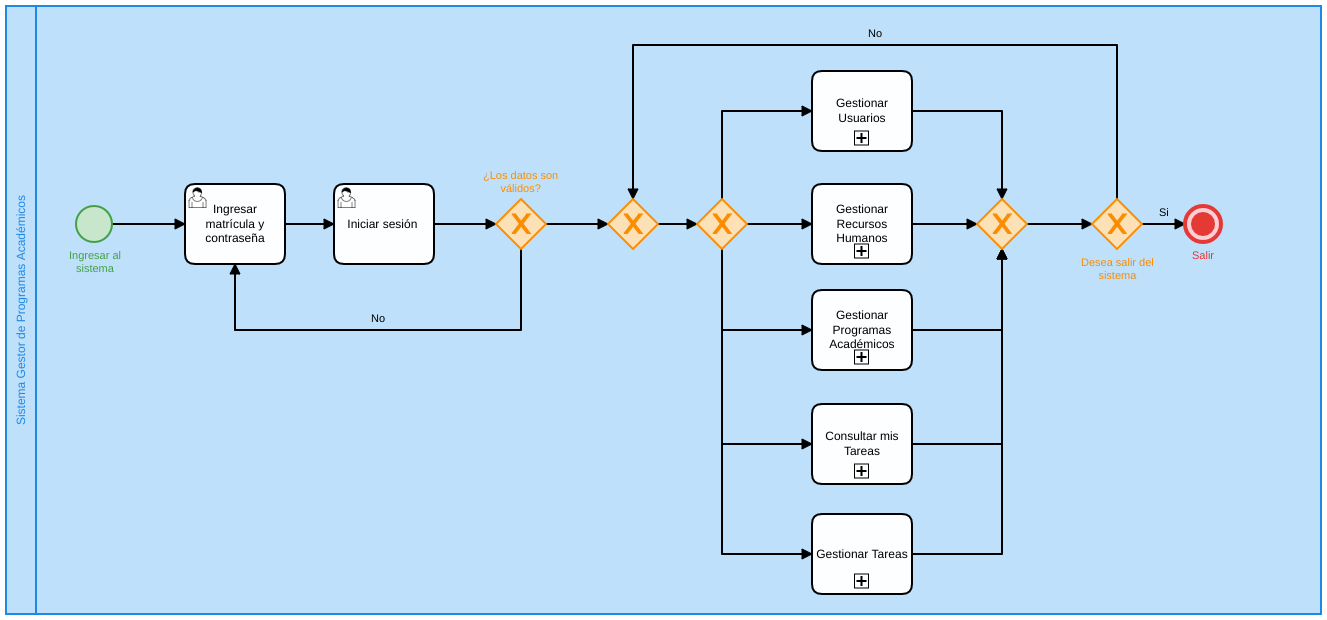
This is Manual de Usuario/Jefe de Innovación Educatva/images/SP1/ProcesoGeneral.png from SoftwareEngineerESCOM/IngSof, a BPMN export, as it was before one commit. Its source is kept beside it as Manual de Usuario/Jefe de Innovación Educatva/images/SP1/ProcesoGeneral.bpmn. Ids are renumbered.
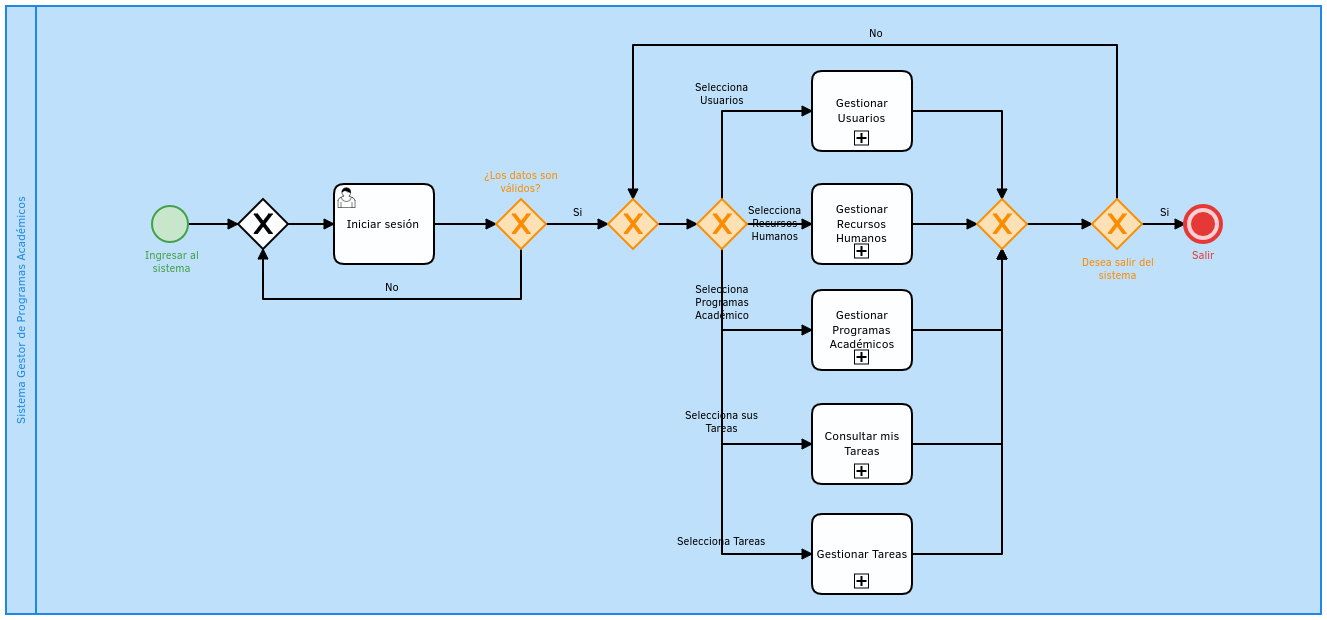
After the commit.

The edit, as a diff of the source:
```diff
@@ -1,4 +1,4 @@
-<bpmn:definitions xmlns:bpmn="http://www.omg.org/spec/BPMN/20100524/MODEL" xmlns:bpmndi="http://www.omg.org/spec/BPMN/20100524/DI" xmlns:di="http://www.omg.org/spec/DD/20100524/DI" xmlns:dc="http://www.omg.org/spec/DD/20100524/DC" xmlns:bioc="http://bpmn.io/schema/bpmn/biocolor/1.0" id="Definitions_n1" targetNamespace="http://bpmn.io/schema/bpmn" exporter="Camunda Modeler" exporterVersion="2.0.1">
+<bpmn:definitions xmlns:bpmn="http://www.omg.org/spec/BPMN/20100524/MODEL" xmlns:bpmndi="http://www.omg.org/spec/BPMN/20100524/DI" xmlns:di="http://www.omg.org/spec/DD/20100524/DI" xmlns:dc="http://www.omg.org/spec/DD/20100524/DC" xmlns:bioc="http://bpmn.io/schema/bpmn/biocolor/1.0" id="Definitions_n1" targetNamespace="http://bpmn.io/schema/bpmn" exporter="Camunda Modeler" exporterVersion="2.0.3">
   <bpmn:collaboration id="Collaboration_n2">
     <bpmn:participant id="Participant_n3" name="Sistema Gestor de Programas Académicos" processRef="Process_1" />
   </bpmn:collaboration>
@@ -6,13 +6,10 @@
     <bpmn:sequenceFlow id="SequenceFlow_n4" sourceRef="Task_n5" targetRef="ExclusiveGateway_n6" />
     <bpmn:sequenceFlow id="SequenceFlow_n7" sourceRef="Task_n8" targetRef="ExclusiveGateway_n6" />
     <bpmn:sequenceFlow id="SequenceFlow_n9" sourceRef="Task_n10" targetRef="ExclusiveGateway_n6" />
-    <bpmn:sequenceFlow id="SequenceFlow_n11" sourceRef="ExclusiveGateway_n12" targetRef="Task_n5" />
-    <bpmn:sequenceFlow id="SequenceFlow_n13" sourceRef="ExclusiveGateway_n12" targetRef="Task_n8" />
-    <bpmn:sequenceFlow id="SequenceFlow_n14" sourceRef="ExclusiveGateway_n12" targetRef="Task_n10" />
+    <bpmn:sequenceFlow id="SequenceFlow_n11" name="Selecciona Programas Académico" sourceRef="ExclusiveGateway_n12" targetRef="Task_n5" />
+    <bpmn:sequenceFlow id="SequenceFlow_n13" name="Selecciona Recursos Humanos" sourceRef="ExclusiveGateway_n12" targetRef="Task_n8" />
+    <bpmn:sequenceFlow id="SequenceFlow_n14" name="Selecciona Usuarios" sourceRef="ExclusiveGateway_n12" targetRef="Task_n10" />
     <bpmn:sequenceFlow id="SequenceFlow_n15" sourceRef="Task_n16" targetRef="ExclusiveGateway_n17" />
-    <bpmn:sequenceFlow id="SequenceFlow_n18" name="No" sourceRef="ExclusiveGateway_n17" targetRef="Task_n19" />
-    <bpmn:sequenceFlow id="SequenceFlow_n20" sourceRef="StartEvent_1" targetRef="Task_n19" />
-    <bpmn:sequenceFlow id="SequenceFlow_n21" sourceRef="Task_n19" targetRef="Task_n16" />
     <bpmn:subProcess id="Task_n5" name="Gestionar Programas Académicos">
       <bpmn:incoming>SequenceFlow_n11</bpmn:incoming>
       <bpmn:outgoing>SequenceFlow_n4</bpmn:outgoing>
@@ -33,24 +30,16 @@
       <bpmn:outgoing>SequenceFlow_n23</bpmn:outgoing>
       <bpmn:outgoing>SequenceFlow_n24</bpmn:outgoing>
     </bpmn:exclusiveGateway>
-    <bpmn:userTask id="Task_n19" name="Ingresar &#10;matrícula y contraseña">
-      <bpmn:incoming>SequenceFlow_n18</bpmn:incoming>
-      <bpmn:incoming>SequenceFlow_n20</bpmn:incoming>
-      <bpmn:outgoing>SequenceFlow_n21</bpmn:outgoing>
-    </bpmn:userTask>
     <bpmn:exclusiveGateway id="ExclusiveGateway_n17" name="¿Los datos son válidos?">
       <bpmn:incoming>SequenceFlow_n15</bpmn:incoming>
-      <bpmn:outgoing>SequenceFlow_n18</bpmn:outgoing>
       <bpmn:outgoing>SequenceFlow_n25</bpmn:outgoing>
+      <bpmn:outgoing>SequenceFlow_n36</bpmn:outgoing>
     </bpmn:exclusiveGateway>
     <bpmn:userTask id="Task_n16" name="Iniciar sesión ">
-      <bpmn:incoming>SequenceFlow_n21</bpmn:incoming>
+      <bpmn:incoming>SequenceFlow_n37</bpmn:incoming>
       <bpmn:outgoing>SequenceFlow_n15</bpmn:outgoing>
     </bpmn:userTask>
-    <bpmn:startEvent id="StartEvent_1" name="Ingresar al sistema">
-      <bpmn:outgoing>SequenceFlow_n20</bpmn:outgoing>
-    </bpmn:startEvent>
-    <bpmn:sequenceFlow id="SequenceFlow_n25" sourceRef="ExclusiveGateway_n17" targetRef="ExclusiveGateway_n26" />
+    <bpmn:sequenceFlow id="SequenceFlow_n25" name="Si" sourceRef="ExclusiveGateway_n17" targetRef="ExclusiveGateway_n26" />
     <bpmn:sequenceFlow id="SequenceFlow_n22" sourceRef="ExclusiveGateway_n26" targetRef="ExclusiveGateway_n12" />
     <bpmn:exclusiveGateway id="ExclusiveGateway_n27" name="Desea salir del sistema">
       <bpmn:incoming>SequenceFlow_n28</bpmn:incoming>
@@ -77,8 +66,8 @@
       <bpmn:incoming>SequenceFlow_n30</bpmn:incoming>
       <bpmn:outgoing>SequenceFlow_n22</bpmn:outgoing>
     </bpmn:exclusiveGateway>
-    <bpmn:sequenceFlow id="SequenceFlow_n23" sourceRef="ExclusiveGateway_n12" targetRef="Task_n34" />
-    <bpmn:sequenceFlow id="SequenceFlow_n24" sourceRef="ExclusiveGateway_n12" targetRef="Task_n35" />
+    <bpmn:sequenceFlow id="SequenceFlow_n23" name="Selecciona sus Tareas" sourceRef="ExclusiveGateway_n12" targetRef="Task_n34" />
+    <bpmn:sequenceFlow id="SequenceFlow_n24" name="Selecciona Tareas" sourceRef="ExclusiveGateway_n12" targetRef="Task_n35" />
     <bpmn:sequenceFlow id="SequenceFlow_n32" sourceRef="Task_n35" targetRef="ExclusiveGateway_n6" />
     <bpmn:sequenceFlow id="SequenceFlow_n33" sourceRef="Task_n34" targetRef="ExclusiveGateway_n6" />
     <bpmn:subProcess id="Task_n34" name="Consultar mis Tareas">
@@ -89,6 +78,17 @@
       <bpmn:incoming>SequenceFlow_n24</bpmn:incoming>
       <bpmn:outgoing>SequenceFlow_n32</bpmn:outgoing>
     </bpmn:subProcess>
+    <bpmn:startEvent id="StartEvent_1" name="Ingresar al sistema">
+      <bpmn:outgoing>SequenceFlow_n38</bpmn:outgoing>
+    </bpmn:startEvent>
+    <bpmn:exclusiveGateway id="ExclusiveGateway_n39">
+      <bpmn:incoming>SequenceFlow_n38</bpmn:incoming>
+      <bpmn:incoming>SequenceFlow_n36</bpmn:incoming>
+      <bpmn:outgoing>SequenceFlow_n37</bpmn:outgoing>
+    </bpmn:exclusiveGateway>
+    <bpmn:sequenceFlow id="SequenceFlow_n38" sourceRef="StartEvent_1" targetRef="ExclusiveGateway_n39" />
+    <bpmn:sequenceFlow id="SequenceFlow_n37" sourceRef="ExclusiveGateway_n39" targetRef="Task_n16" />
+    <bpmn:sequenceFlow id="SequenceFlow_n36" name="No" sourceRef="ExclusiveGateway_n17" targetRef="ExclusiveGateway_n39" />
   </bpmn:process>
   <bpmndi:BPMNDiagram id="BPMNDiagram_1">
     <bpmndi:BPMNPlane id="BPMNPlane_1" bpmnElement="Collaboration_n2">
@@ -96,9 +96,9 @@
         <dc:Bounds x="92" y="-99" width="1315" height="608" />
       </bpmndi:BPMNShape>
       <bpmndi:BPMNShape id="_BPMNShape_StartEvent_2" bpmnElement="StartEvent_1" bioc:stroke="#43A047" bioc:fill="#C8E6C9">
-        <dc:Bounds x="162" y="101" width="36" height="36" />
+        <dc:Bounds x="238" y="101" width="36" height="36" />
         <bpmndi:BPMNLabel>
-          <dc:Bounds x="155" y="144" width="52" height="27" />
+          <dc:Bounds x="231" y="144" width="53" height="27" />
         </bpmndi:BPMNLabel>
       </bpmndi:BPMNShape>
       <bpmndi:BPMNShape id="UserTask_0u307z2_di" bpmnElement="Task_n16">
@@ -114,31 +114,11 @@
         <di:waypoint x="520" y="119" />
         <di:waypoint x="582" y="119" />
       </bpmndi:BPMNEdge>
-      <bpmndi:BPMNEdge id="SequenceFlow_n18_di" bpmnElement="SequenceFlow_n18">
-        <di:waypoint x="607" y="144" />
-        <di:waypoint x="607" y="225" />
-        <di:waypoint x="321" y="225" />
-        <di:waypoint x="321" y="159" />
-        <bpmndi:BPMNLabel>
-          <dc:Bounds x="457" y="207" width="15" height="14" />
-        </bpmndi:BPMNLabel>
-      </bpmndi:BPMNEdge>
-      <bpmndi:BPMNEdge id="SequenceFlow_n20_di" bpmnElement="SequenceFlow_n20">
-        <di:waypoint x="198" y="119" />
-        <di:waypoint x="271" y="119" />
-      </bpmndi:BPMNEdge>
-      <bpmndi:BPMNEdge id="SequenceFlow_n21_di" bpmnElement="SequenceFlow_n21">
-        <di:waypoint x="371" y="119" />
-        <di:waypoint x="420" y="119" />
-      </bpmndi:BPMNEdge>
       <bpmndi:BPMNShape id="EndEvent_0g9lc97_di" bpmnElement="EndEvent_n31" bioc:stroke="#E53935" bioc:fill="#FFCDD2">
         <dc:Bounds x="1271" y="101" width="36" height="36" />
         <bpmndi:BPMNLabel>
           <dc:Bounds x="1278" y="144" width="23" height="14" />
         </bpmndi:BPMNLabel>
-      </bpmndi:BPMNShape>
-      <bpmndi:BPMNShape id="UserTask_12f2yu4_di" bpmnElement="Task_n19">
-        <dc:Bounds x="271" y="79" width="100" height="80" />
       </bpmndi:BPMNShape>
       <bpmndi:BPMNShape id="ExclusiveGateway_n12_di" bpmnElement="ExclusiveGateway_n12" isMarkerVisible="true" bioc:stroke="#FB8C00" bioc:fill="#FFE0B2">
         <dc:Bounds x="783" y="94" width="50" height="50" />
@@ -147,6 +127,9 @@
         <di:waypoint x="808" y="94" />
         <di:waypoint x="808" y="6" />
         <di:waypoint x="898" y="6" />
+        <bpmndi:BPMNLabel>
+          <dc:Bounds x="781" y="-24" width="54" height="27" />
+        </bpmndi:BPMNLabel>
       </bpmndi:BPMNEdge>
       <bpmndi:BPMNShape id="SubProcess_1td60qm_di" bpmnElement="Task_n10">
         <dc:Bounds x="898" y="-34" width="100" height="80" />
@@ -154,6 +137,9 @@
       <bpmndi:BPMNEdge id="SequenceFlow_n13_di" bpmnElement="SequenceFlow_n13">
         <di:waypoint x="833" y="119" />
         <di:waypoint x="898" y="119" />
+        <bpmndi:BPMNLabel>
+          <dc:Bounds x="834" y="99" width="54" height="40" />
+        </bpmndi:BPMNLabel>
       </bpmndi:BPMNEdge>
       <bpmndi:BPMNShape id="SubProcess_06q18hk_di" bpmnElement="Task_n8">
         <dc:Bounds x="898" y="79" width="100" height="80" />
@@ -162,6 +148,9 @@
         <di:waypoint x="808" y="144" />
         <di:waypoint x="808" y="225" />
         <di:waypoint x="898" y="225" />
+        <bpmndi:BPMNLabel>
+          <dc:Bounds x="781" y="178" width="54" height="40" />
+        </bpmndi:BPMNLabel>
       </bpmndi:BPMNEdge>
       <bpmndi:BPMNShape id="SubProcess_0sw29jd_di" bpmnElement="Task_n5">
         <dc:Bounds x="898" y="185" width="100" height="80" />
@@ -183,6 +172,9 @@
       <bpmndi:BPMNEdge id="SequenceFlow_n25_di" bpmnElement="SequenceFlow_n25">
         <di:waypoint x="632" y="119" />
         <di:waypoint x="694" y="119" />
+        <bpmndi:BPMNLabel>
+          <dc:Bounds x="659" y="101" width="9" height="14" />
+        </bpmndi:BPMNLabel>
       </bpmndi:BPMNEdge>
       <bpmndi:BPMNEdge id="SequenceFlow_n22_di" bpmnElement="SequenceFlow_n22">
         <di:waypoint x="744" y="119" />
@@ -224,11 +216,17 @@
         <di:waypoint x="808" y="144" />
         <di:waypoint x="808" y="339" />
         <di:waypoint x="898" y="339" />
+        <bpmndi:BPMNLabel>
+          <dc:Bounds x="771" y="304" width="73" height="27" />
+        </bpmndi:BPMNLabel>
       </bpmndi:BPMNEdge>
       <bpmndi:BPMNEdge id="SequenceFlow_n24_di" bpmnElement="SequenceFlow_n24">
         <di:waypoint x="808" y="144" />
         <di:waypoint x="808" y="449" />
         <di:waypoint x="898" y="449" />
+        <bpmndi:BPMNLabel>
+          <dc:Bounds x="763" y="430" width="89" height="14" />
+        </bpmndi:BPMNLabel>
       </bpmndi:BPMNEdge>
       <bpmndi:BPMNEdge id="SequenceFlow_n32_di" bpmnElement="SequenceFlow_n32">
         <di:waypoint x="998" y="449" />
@@ -246,6 +244,26 @@
       <bpmndi:BPMNShape id="SubProcess_15kvewm_di" bpmnElement="Task_n35">
         <dc:Bounds x="898" y="409" width="100" height="80" />
       </bpmndi:BPMNShape>
+      <bpmndi:BPMNShape id="ExclusiveGateway_n39_di" bpmnElement="ExclusiveGateway_n39" isMarkerVisible="true">
+        <dc:Bounds x="324" y="94" width="50" height="50" />
+      </bpmndi:BPMNShape>
+      <bpmndi:BPMNEdge id="SequenceFlow_n38_di" bpmnElement="SequenceFlow_n38">
+        <di:waypoint x="274" y="119" />
+        <di:waypoint x="324" y="119" />
+      </bpmndi:BPMNEdge>
+      <bpmndi:BPMNEdge id="SequenceFlow_n37_di" bpmnElement="SequenceFlow_n37">
+        <di:waypoint x="374" y="119" />
+        <di:waypoint x="420" y="119" />
+      </bpmndi:BPMNEdge>
+      <bpmndi:BPMNEdge id="SequenceFlow_n36_di" bpmnElement="SequenceFlow_n36">
+        <di:waypoint x="607" y="144" />
+        <di:waypoint x="607" y="194" />
+        <di:waypoint x="349" y="194" />
+        <di:waypoint x="349" y="144" />
+        <bpmndi:BPMNLabel>
+          <dc:Bounds x="471" y="176" width="14" height="14" />
+        </bpmndi:BPMNLabel>
+      </bpmndi:BPMNEdge>
     </bpmndi:BPMNPlane>
   </bpmndi:BPMNDiagram>
 </bpmn:definitions>
```
